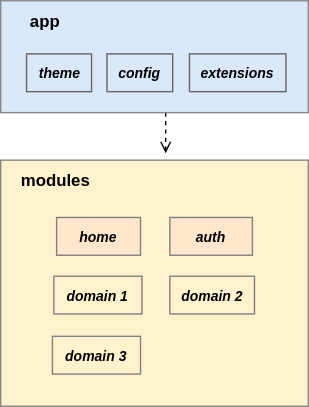
This is docs/diagrams/pigal_project_architecture.drawio.svg from MalcomChumchouaPenda/Pigal-Flask, a draw.io export, as it was before one commit. Source tidied: cells renumbered, new cells last; positions are measured from the earlier drawing's top-left corner, leaving out a move shared by most shapes.
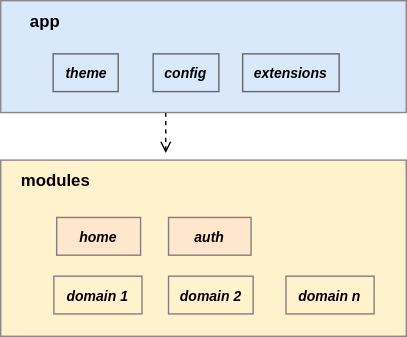
After the commit.

Commit message:
change theme/module architecture

Diff of the diagram source:
```diff
@@ -3,46 +3,46 @@
     <mxCell id="0" />
     <mxCell id="1" parent="0" />
     <mxCell id="2" style="rounded=0;whiteSpace=wrap;html=1;fillColor=#fff2cc;strokeColor=#878787;fontSize=12;" parent="1" vertex="1">
-      <mxGeometry y="114" width="220" height="176" as="geometry" />
+      <mxGeometry x="-30" y="114" width="290" height="126" as="geometry" />
     </mxCell>
     <mxCell id="3" style="rounded=0;orthogonalLoop=1;jettySize=auto;html=1;dashed=1;endArrow=open;endFill=0;fontSize=12;startArrow=none;startFill=0;exitX=0.25;exitY=1;exitDx=0;exitDy=0;" parent="1" edge="1">
       <mxGeometry relative="1" as="geometry">
-        <mxPoint x="118" y="80" as="sourcePoint" />
-        <mxPoint x="118" y="109" as="targetPoint" />
+        <mxPoint x="88" y="80" as="sourcePoint" />
+        <mxPoint x="88" y="109" as="targetPoint" />
       </mxGeometry>
     </mxCell>
     <mxCell id="4" style="rounded=0;whiteSpace=wrap;html=1;fillColor=#dae8fc;fontStyle=1;fontSize=12;strokeColor=#878787;" parent="1" vertex="1">
-      <mxGeometry width="220" height="80" as="geometry" />
+      <mxGeometry x="-30" width="290" height="80" as="geometry" />
     </mxCell>
     <mxCell id="5" value="modules" style="text;html=1;strokeColor=none;fillColor=none;align=center;verticalAlign=middle;whiteSpace=wrap;rounded=0;fontStyle=1;fontSize=12;" parent="1" vertex="1">
-      <mxGeometry x="14" y="114" width="51" height="30" as="geometry" />
+      <mxGeometry x="-16" y="114" width="51" height="30" as="geometry" />
     </mxCell>
     <mxCell id="6" value="domain 2" style="rounded=0;whiteSpace=wrap;html=1;fillColor=none;fontStyle=3;fontSize=10;strokeColor=#808080;strokeWidth=1;" parent="1" vertex="1">
-      <mxGeometry x="121" y="197" width="60.5" height="27" as="geometry" />
+      <mxGeometry x="90" y="197" width="60.5" height="27" as="geometry" />
     </mxCell>
     <mxCell id="7" value="app" style="text;html=1;strokeColor=none;fillColor=none;align=center;verticalAlign=middle;whiteSpace=wrap;rounded=0;fontStyle=1;fontSize=12;" parent="1" vertex="1">
-      <mxGeometry x="14" width="35.5" height="30" as="geometry" />
+      <mxGeometry x="-16" width="35.5" height="30" as="geometry" />
     </mxCell>
     <mxCell id="8" value="domain 1" style="rounded=0;whiteSpace=wrap;html=1;fillColor=none;fontStyle=3;fontSize=10;strokeColor=#808080;strokeWidth=1;" parent="1" vertex="1">
-      <mxGeometry x="38" y="197" width="63" height="27" as="geometry" />
+      <mxGeometry x="8" y="197" width="63" height="27" as="geometry" />
     </mxCell>
     <mxCell id="9" value="config" style="rounded=0;whiteSpace=wrap;html=1;fillColor=#dae8fc;fontStyle=3;fontSize=10;strokeColor=#666666;strokeWidth=1;" parent="1" vertex="1">
-      <mxGeometry x="76" y="38" width="47" height="27" as="geometry" />
+      <mxGeometry x="79" y="38" width="47" height="27" as="geometry" />
     </mxCell>
     <mxCell id="10" value="extensions" style="rounded=0;whiteSpace=wrap;html=1;fillColor=#dae8fc;fontStyle=3;fontSize=10;strokeColor=#666666;strokeWidth=1;" parent="1" vertex="1">
-      <mxGeometry x="135" y="38" width="69" height="27" as="geometry" />
+      <mxGeometry x="143" y="38" width="69" height="27" as="geometry" />
     </mxCell>
     <mxCell id="11" value="theme" style="rounded=0;whiteSpace=wrap;html=1;fillColor=#dae8fc;fontStyle=3;fontSize=10;strokeColor=#666666;strokeWidth=1;" parent="1" vertex="1">
-      <mxGeometry x="18.5" y="38" width="46.5" height="27" as="geometry" />
+      <mxGeometry x="7.5" y="38" width="46.5" height="27" as="geometry" />
     </mxCell>
     <mxCell id="12" value="home" style="rounded=0;whiteSpace=wrap;html=1;fillColor=#FFE6CC;fontStyle=3;fontSize=10;strokeColor=#808080;strokeWidth=1;" parent="1" vertex="1">
-      <mxGeometry x="40" y="155" width="60" height="27" as="geometry" />
+      <mxGeometry x="10" y="155" width="60" height="27" as="geometry" />
     </mxCell>
     <mxCell id="13" value="auth" style="rounded=0;whiteSpace=wrap;html=1;fillColor=#FFE6CC;fontStyle=3;fontSize=10;strokeColor=#808080;strokeWidth=1;" parent="1" vertex="1">
-      <mxGeometry x="121" y="155" width="59" height="27" as="geometry" />
+      <mxGeometry x="90" y="155" width="59" height="27" as="geometry" />
     </mxCell>
-    <mxCell id="14" value="domain 3" style="rounded=0;whiteSpace=wrap;html=1;fillColor=none;fontStyle=3;fontSize=10;strokeColor=#808080;strokeWidth=1;" parent="1" vertex="1">
-      <mxGeometry x="37" y="240" width="63" height="27" as="geometry" />
+    <mxCell id="14" value="domain n" style="rounded=0;whiteSpace=wrap;html=1;fillColor=none;fontStyle=3;fontSize=10;strokeColor=#808080;strokeWidth=1;" parent="1" vertex="1">
+      <mxGeometry x="174" y="197" width="63" height="27" as="geometry" />
     </mxCell>
   </root>
 </mxGraphModel>
```
